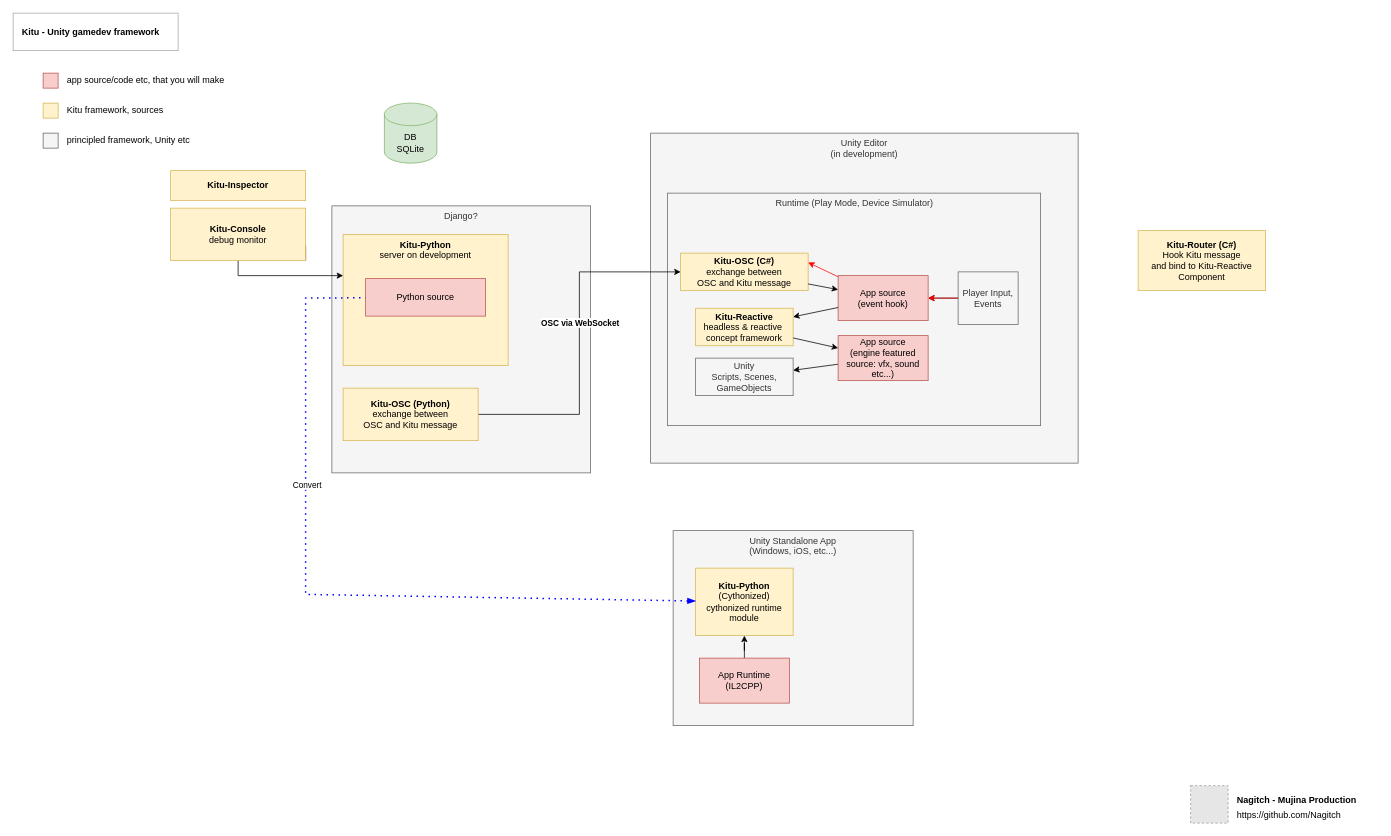
Before: doc/framework-architecture.drawio in Nagitch/Kitu, a draw.io diagram. Source tidied: cells renumbered, new cells numbered last; positions are measured from the earlier drawing's top-left corner, leaving out a move shared by most shapes. Both pictures are drawn from the tidied source at 75%, with x=0, y=0 at pixel (13, 13). Pictures stored in the file or linked from it are replaced by grey dashed boxes.
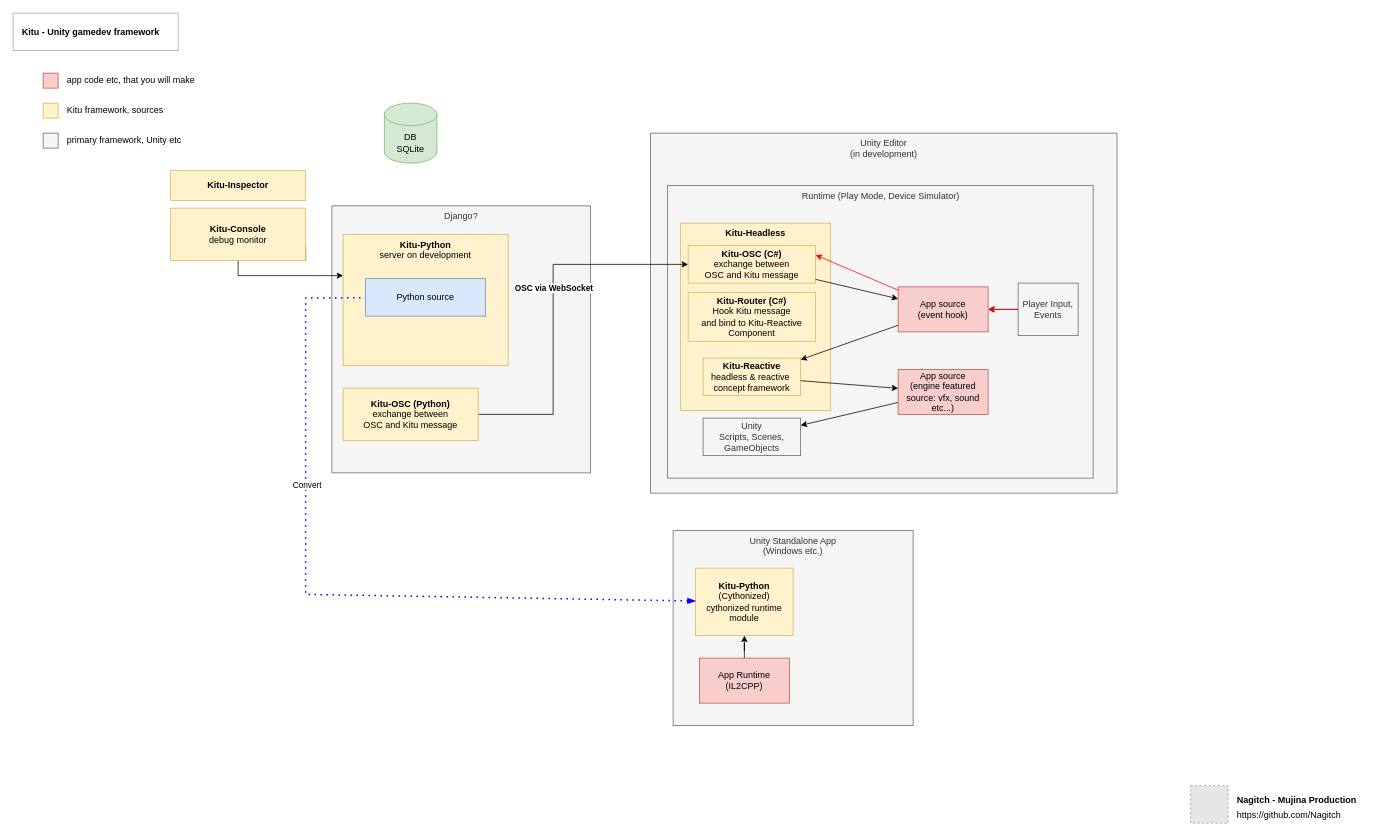
The same page after the edit.

Unchanged cells that the change refers to:
```xml
<mxCell id="21" value="Kitu-OSC (Python)&lt;br&gt;&lt;span style=&quot;font-weight: normal;&quot;&gt;exchange between&lt;br&gt;OSC and Kitu message&lt;/span&gt;" style="rounded=0;whiteSpace=wrap;html=1;fillColor=#fff2cc;strokeColor=#d6b656;fontStyle=1;" parent="8" vertex="1">
  <mxGeometry x="440" y="500" width="180" height="70" as="geometry" />
</mxCell>
```

The edit, as a diff of the source:
```diff
@@
-    <mxCell id="9" value="Django?" style="rounded=0;whiteSpace=wrap;html=1;fillColor=#f5f5f5;fontColor=#333333;strokeColor=#666666;verticalAlign=top;" parent="8" vertex="1">
-      <mxGeometry x="425" y="257" width="345" height="356" as="geometry" />
-    </mxCell>
     <mxCell id="10" value="Unity Editor&lt;br&gt;(in development)" style="rounded=0;whiteSpace=wrap;html=1;fillColor=#f5f5f5;fontColor=#333333;strokeColor=#666666;verticalAlign=top;" parent="8" vertex="1">
-      <mxGeometry x="850" y="160" width="570" height="440" as="geometry" />
+      <mxGeometry x="850" y="160" width="621.8" height="480" as="geometry" />
     </mxCell>
     <mxCell id="11" value="Runtime (Play Mode, Device Simulator)" style="rounded=0;whiteSpace=wrap;html=1;fillColor=#f5f5f5;fontColor=#333333;strokeColor=#666666;verticalAlign=top;" parent="8" vertex="1">
-      <mxGeometry x="872.5" y="240" width="497.5" height="310" as="geometry" />
+      <mxGeometry x="872.5" y="230" width="567.5" height="390" as="geometry" />
     </mxCell>
+    <mxCell id="47" value="Kitu-Headless&lt;span style=&quot;font-weight: normal;&quot;&gt;&lt;br&gt;&lt;/span&gt;" style="rounded=0;whiteSpace=wrap;html=1;fillColor=#fff2cc;strokeColor=#d6b656;fontStyle=1;verticalAlign=top;" parent="8" vertex="1">
+      <mxGeometry x="890" y="280" width="200" height="250" as="geometry" />
+    </mxCell>
+    <mxCell id="9" value="Django?" style="rounded=0;whiteSpace=wrap;html=1;fillColor=#f5f5f5;fontColor=#333333;strokeColor=#666666;verticalAlign=top;" parent="8" vertex="1">
+      <mxGeometry x="425" y="257" width="345" height="356" as="geometry" />
+    </mxCell>
@@
     <mxCell id="14" value="&lt;b&gt;Kitu-Reactive&lt;/b&gt;&lt;br&gt;headless &amp;amp; reactive&amp;nbsp; concept framework" style="rounded=0;whiteSpace=wrap;html=1;fillColor=#fff2cc;strokeColor=#d6b656;" parent="8" vertex="1">
-      <mxGeometry x="910" y="393.5" width="130" height="50" as="geometry" />
+      <mxGeometry x="920" y="460" width="130" height="50" as="geometry" />
     </mxCell>
@@
     <mxCell id="18" value="Unity &lt;br&gt;Scripts, Scenes,&lt;br&gt;GameObjects" style="rounded=0;whiteSpace=wrap;html=1;fillColor=#f5f5f5;strokeColor=#666666;fontColor=#333333;" parent="8" vertex="1">
-      <mxGeometry x="910" y="460" width="130" height="50" as="geometry" />
+      <mxGeometry x="920" y="540" width="130" height="50" as="geometry" />
     </mxCell>
     <mxCell id="19" style="edgeStyle=orthogonalEdgeStyle;rounded=0;jettySize=auto;html=1;entryX=0;entryY=0.5;entryDx=0;entryDy=0;strokeColor=#000000;" parent="8" edge="1" source="21" target="30">
-      <mxGeometry relative="1" as="geometry" />
+      <mxGeometry relative="1" as="geometry">
+        <Array as="points">
+          <mxPoint x="720" y="535" />
+          <mxPoint x="720" y="335" />
+        </Array>
+      </mxGeometry>
     </mxCell>
@@
     <mxCell id="23" value="Player Input, Events" style="rounded=0;whiteSpace=wrap;html=1;fillColor=#f5f5f5;strokeColor=#666666;fontColor=#333333;" parent="8" vertex="1">
-      <mxGeometry x="1260" y="345" width="80" height="70" as="geometry" />
+      <mxGeometry x="1340" y="360" width="80" height="70" as="geometry" />
     </mxCell>
-    <mxCell id="24" value="Unity Standalone App&lt;br&gt;(Windows, iOS, etc...)" style="rounded=0;whiteSpace=wrap;html=1;fillColor=#f5f5f5;fontColor=#333333;strokeColor=#666666;verticalAlign=top;" parent="8" vertex="1">
+    <mxCell id="24" value="Unity Standalone App&lt;br&gt;(Windows etc.)" style="rounded=0;whiteSpace=wrap;html=1;fillColor=#f5f5f5;fontColor=#333333;strokeColor=#666666;verticalAlign=top;" parent="8" vertex="1">
       <mxGeometry x="880" y="690" width="320" height="260" as="geometry" />
     </mxCell>
@@
-    <mxCell id="29" value="Python source" style="rounded=0;whiteSpace=wrap;html=1;fillColor=#f8cecc;strokeColor=#b85450;" parent="8" vertex="1">
+    <mxCell id="29" value="Python source" style="rounded=0;whiteSpace=wrap;html=1;fillColor=#dae8fc;strokeColor=#6c8ebf;" parent="8" vertex="1">
       <mxGeometry x="470" y="354" width="160" height="50" as="geometry" />
     </mxCell>
     <mxCell id="30" value="Kitu-OSC (C#)&lt;br&gt;&lt;span style=&quot;font-weight: normal;&quot;&gt;exchange between&lt;br&gt;OSC and Kitu message&lt;/span&gt;" style="rounded=0;whiteSpace=wrap;html=1;fillColor=#fff2cc;strokeColor=#d6b656;fontStyle=1;" parent="8" vertex="1">
-      <mxGeometry x="890" y="320" width="170" height="50" as="geometry" />
+      <mxGeometry x="900" y="310" width="170" height="50" as="geometry" />
     </mxCell>
     <mxCell id="31" value="App source&lt;br&gt;(event hook)" style="rounded=0;whiteSpace=wrap;html=1;fillColor=#f8cecc;strokeColor=#b85450;" parent="8" vertex="1">
-      <mxGeometry x="1100" y="350" width="120" height="60" as="geometry" />
+      <mxGeometry x="1180" y="365" width="120" height="60" as="geometry" />
     </mxCell>
@@
     <mxCell id="34" value="App source&lt;br&gt;(engine featured source: vfx, sound etc...)" style="rounded=0;whiteSpace=wrap;html=1;fillColor=#f8cecc;strokeColor=#b85450;" parent="8" vertex="1">
-      <mxGeometry x="1100" y="430" width="120" height="60" as="geometry" />
+      <mxGeometry x="1180" y="475" width="120" height="60" as="geometry" />
     </mxCell>
@@
     <mxCell id="39" value="Kitu-Router (C#)&lt;br&gt;&lt;span style=&quot;font-weight: normal;&quot;&gt;Hook Kitu message&lt;br&gt;and bind to Kitu-Reactive&lt;br&gt;Component&lt;br&gt;&lt;/span&gt;" style="rounded=0;whiteSpace=wrap;html=1;fillColor=#fff2cc;strokeColor=#d6b656;fontStyle=1;" parent="8" vertex="1">
-      <mxGeometry x="1500" y="290" width="170" height="80" as="geometry" />
+      <mxGeometry x="900" y="372.5" width="170" height="65" as="geometry" />
     </mxCell>
@@
-    <mxCell id="44" value="principled framework, Unity etc" style="text;html=1;strokeColor=none;fillColor=none;align=left;verticalAlign=middle;rounded=0;" parent="8" vertex="1">
+    <mxCell id="44" value="primary framework, Unity etc" style="text;html=1;strokeColor=none;fillColor=none;align=left;verticalAlign=middle;rounded=0;" parent="8" vertex="1">
       <mxGeometry x="70" y="155" width="190" height="30" as="geometry" />
     </mxCell>
@@
-    <mxCell id="46" value="app source/code etc, that you will make" style="text;html=1;strokeColor=none;fillColor=none;align=left;verticalAlign=middle;rounded=0;" parent="8" vertex="1">
+    <mxCell id="46" value="app code etc, that you will make" style="text;html=1;strokeColor=none;fillColor=none;align=left;verticalAlign=middle;rounded=0;" parent="8" vertex="1">
       <mxGeometry x="70" y="75" width="260" height="30" as="geometry" />
     </mxCell>
```
